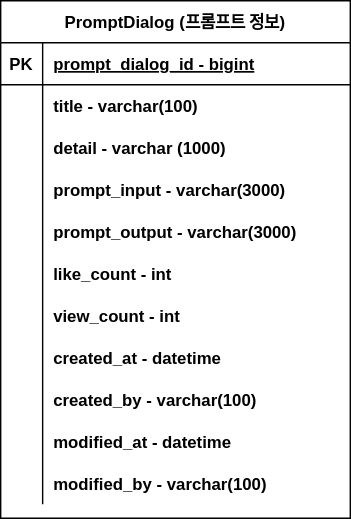
Earlier version of the draw.io export document/prompt-share-erd.svg (DongDongYoung/prompt-share-backend). Source tidied: cells renumbered, new cells last; positions are measured from the earlier drawing's top-left corner, leaving out a move shared by most shapes.
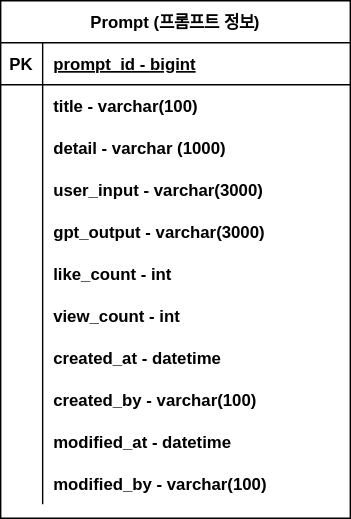
Above is the later version.

Commit message:
#1 - ERD 이미지 업데이트. 하나의 게시글을 단순하게 프롬프트라고 이름 변경 및 속성값 중 사용자 입력과 gpt 출력을 명확하게 표시

What changed in the source:
```diff
@@ -2,7 +2,7 @@
   <root>
     <mxCell id="0" />
     <mxCell id="1" parent="0" />
-    <mxCell id="2" value="PromptDialog (프롬프트 정보)" style="shape=table;startSize=30;rowLines=0;fontStyle=1;align=center;" parent="1" vertex="1">
+    <mxCell id="2" value="Prompt (프롬프트 정보)" style="shape=table;startSize=30;rowLines=0;fontStyle=1;align=center;" parent="1" vertex="1">
       <mxGeometry width="250" height="370" as="geometry" />
     </mxCell>
     <mxCell id="3" style="shape=partialRectangle;fillColor=none;top=0;left=0;right=0;bottom=1;" parent="2" vertex="1">
@@ -11,7 +11,7 @@
     <mxCell id="4" value="PK" style="shape=partialRectangle;overflow=hidden;fillColor=none;top=0;left=0;bottom=0;right=0;fontStyle=1;" parent="3" vertex="1">
       <mxGeometry width="30" height="30" as="geometry" />
     </mxCell>
-    <mxCell id="5" value="prompt_dialog_id - bigint" style="shape=partialRectangle;overflow=hidden;fillColor=none;top=0;left=0;bottom=0;right=0;align=left;spacingLeft=6;fontStyle=5;" parent="3" vertex="1">
+    <mxCell id="5" value="prompt_id - bigint" style="shape=partialRectangle;overflow=hidden;fillColor=none;top=0;left=0;bottom=0;right=0;align=left;spacingLeft=6;fontStyle=5;" parent="3" vertex="1">
       <mxGeometry x="30" width="220" height="30" as="geometry" />
     </mxCell>
     <mxCell id="6" style="shape=partialRectangle;fillColor=none;top=0;left=0;right=0;bottom=0;" parent="2" vertex="1">
@@ -38,7 +38,7 @@
     <mxCell id="13" style="shape=partialRectangle;overflow=hidden;fillColor=none;top=0;left=0;bottom=0;right=0;" parent="12" vertex="1">
       <mxGeometry width="30" height="30" as="geometry" />
     </mxCell>
-    <mxCell id="14" value="prompt_input - varchar(3000)" style="shape=partialRectangle;overflow=hidden;fillColor=none;top=0;left=0;bottom=0;right=0;align=left;spacingLeft=6;fontStyle=1;" parent="12" vertex="1">
+    <mxCell id="14" value="user_input - varchar(3000)" style="shape=partialRectangle;overflow=hidden;fillColor=none;top=0;left=0;bottom=0;right=0;align=left;spacingLeft=6;fontStyle=1;" parent="12" vertex="1">
       <mxGeometry x="30" width="220" height="30" as="geometry" />
     </mxCell>
     <mxCell id="15" style="shape=partialRectangle;fillColor=none;top=0;left=0;right=0;bottom=0;" parent="2" vertex="1">
@@ -47,7 +47,7 @@
     <mxCell id="16" style="shape=partialRectangle;overflow=hidden;fillColor=none;top=0;left=0;bottom=0;right=0;" parent="15" vertex="1">
       <mxGeometry width="30" height="30" as="geometry" />
     </mxCell>
-    <mxCell id="17" value="prompt_output - varchar(3000)" style="shape=partialRectangle;overflow=hidden;fillColor=none;top=0;left=0;bottom=0;right=0;align=left;spacingLeft=6;fontStyle=1;" parent="15" vertex="1">
+    <mxCell id="17" value="gpt_output - varchar(3000)" style="shape=partialRectangle;overflow=hidden;fillColor=none;top=0;left=0;bottom=0;right=0;align=left;spacingLeft=6;fontStyle=1;" parent="15" vertex="1">
       <mxGeometry x="30" width="220" height="30" as="geometry" />
     </mxCell>
     <mxCell id="18" style="shape=partialRectangle;fillColor=none;top=0;left=0;right=0;bottom=0;" parent="2" vertex="1">
```
